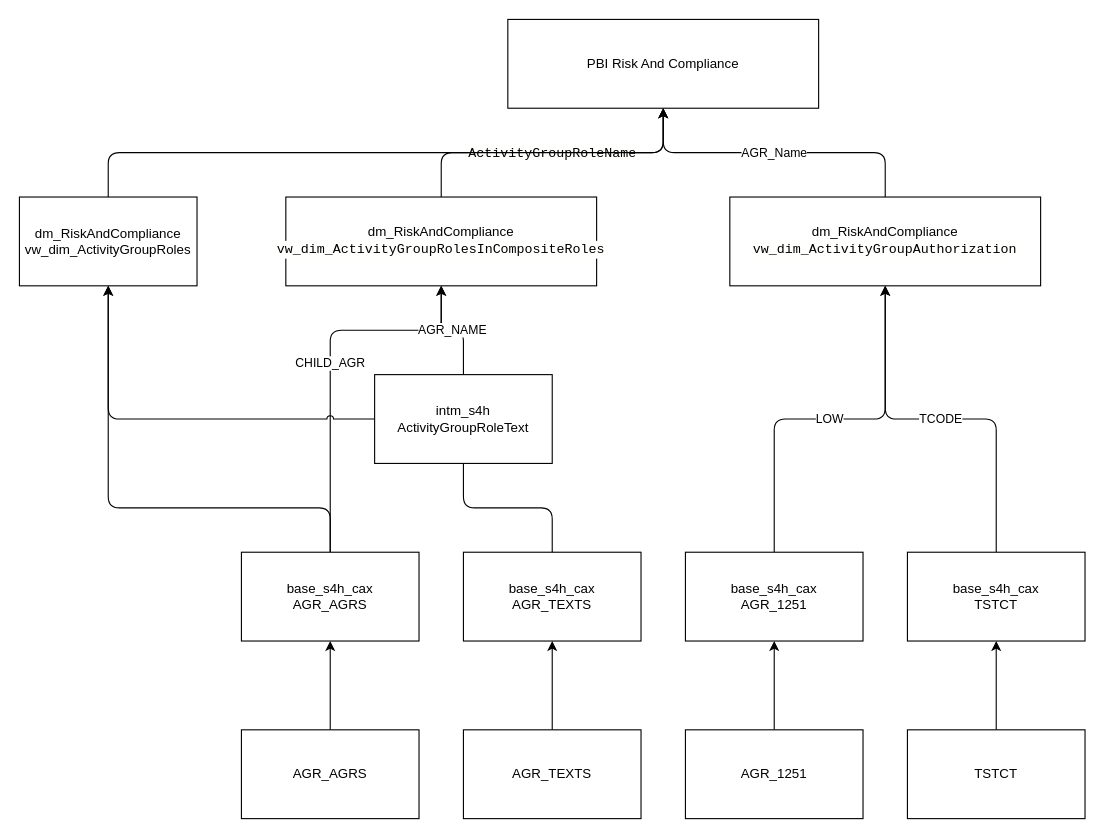
Earlier version of the draw.io diagram synapse-dwh/Diagrams/Dependency Diagrams/SAP Roles.drawio (szubalii/leviat-data-and-analytics). Source tidied: cells renumbered, new cells numbered last; positions are measured from the earlier drawing's top-left corner, leaving out a move shared by most shapes. Both pictures are drawn from the tidied source at 111%, with x=0, y=0 at pixel (19, 19).
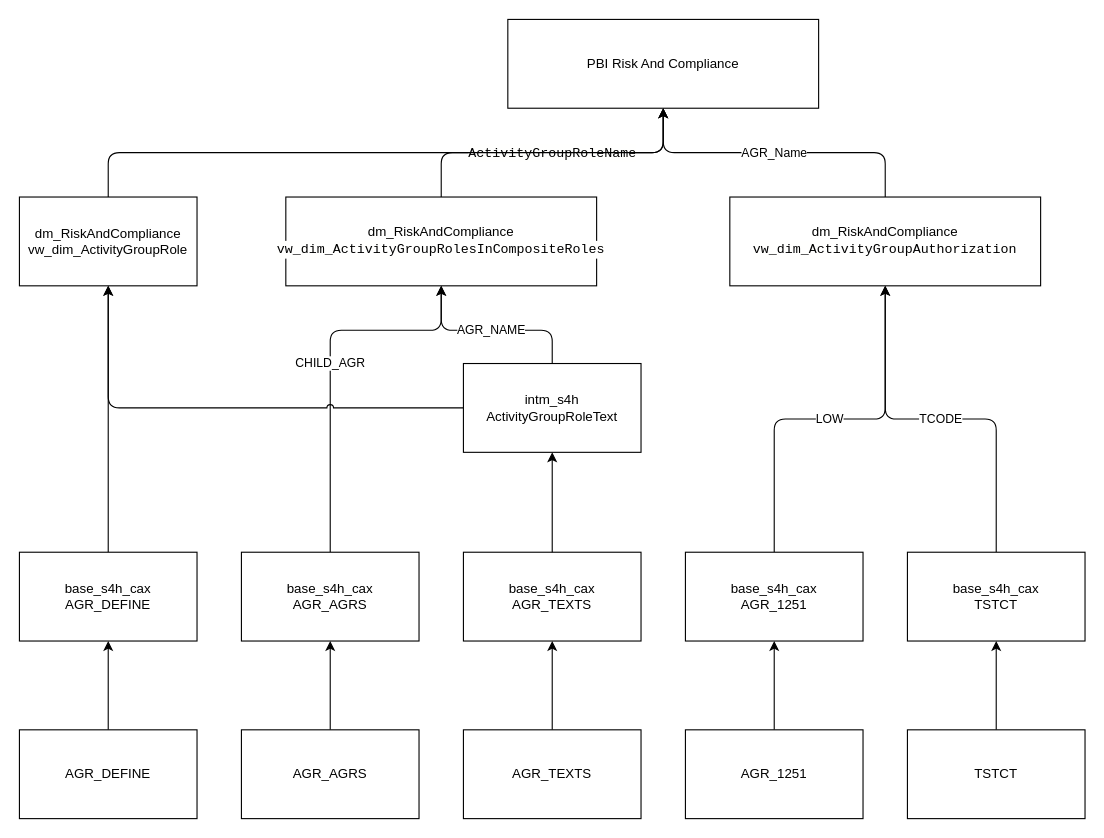
After the change.

Commit message (it also covers changes not shown here):
Merged PR 3674: add AGR_DEFINE

Unchanged cells that the change refers to:
```xml
<mxCell id="10" value="base_s4h_cax&lt;br&gt;AGR_AGRS" style="rounded=0;whiteSpace=wrap;html=1;" parent="1" vertex="1">
  <mxGeometry x="200" y="480" width="160" height="80" as="geometry" />
</mxCell>
<mxCell id="12" value="dm_RiskAndCompliance&lt;br&gt;&lt;div style=&quot;color: rgb(0, 0, 0); background-color: rgb(255, 255, 254); font-family: Consolas, &amp;quot;Courier New&amp;quot;, monospace; line-height: 16px;&quot;&gt;vw_dim_ActivityGroupRolesInCompositeRoles&lt;/div&gt;" style="rounded=0;whiteSpace=wrap;html=1;" parent="1" vertex="1">
  <mxGeometry x="240" y="160" width="280" height="80" as="geometry" />
</mxCell>
<mxCell id="16" value="base_s4h_cax&lt;br&gt;AGR_TEXTS" style="rounded=0;whiteSpace=wrap;html=1;" parent="1" vertex="1">
  <mxGeometry x="400" y="480" width="160" height="80" as="geometry" />
</mxCell>
```

What changed in the source:
```diff
@@
-    <mxCell id="9" style="edgeStyle=orthogonalEdgeStyle;html=1;exitX=0.5;exitY=0;exitDx=0;exitDy=0;entryX=0.5;entryY=1;entryDx=0;entryDy=0;" parent="1" edge="1" source="10" target="25">
-      <mxGeometry relative="1" as="geometry">
-        <Array as="points">
-          <mxPoint x="280" y="440" />
-          <mxPoint x="80" y="440" />
-        </Array>
-      </mxGeometry>
-    </mxCell>
@@
     <mxCell id="15" value="AGR_NAME" style="edgeStyle=orthogonalEdgeStyle;html=1;exitX=0.5;exitY=0;exitDx=0;exitDy=0;entryX=0.5;entryY=1;entryDx=0;entryDy=0;startArrow=none;" parent="1" edge="1" source="28" target="12">
-      <mxGeometry relative="1" as="geometry" />
+      <mxGeometry relative="1" as="geometry">
+        <Array as="points">
+          <mxPoint x="480" y="280" />
+          <mxPoint x="380" y="280" />
+        </Array>
+      </mxGeometry>
     </mxCell>
@@
-    <mxCell id="25" value="dm_RiskAndCompliance&lt;br&gt;vw_dim_ActivityGroupRoles" style="rounded=0;whiteSpace=wrap;html=1;" parent="1" vertex="1">
+    <mxCell id="25" value="dm_RiskAndCompliance&lt;br&gt;vw_dim_ActivityGroupRole" style="rounded=0;whiteSpace=wrap;html=1;" parent="1" vertex="1">
       <mxGeometry y="160" width="160" height="80" as="geometry" />
     </mxCell>
-    <mxCell id="26" style="edgeStyle=orthogonalEdgeStyle;html=1;exitX=0.5;exitY=0;exitDx=0;exitDy=0;entryX=0.5;entryY=1;entryDx=0;entryDy=0;endArrow=none;" parent="1" edge="1" source="16" target="28">
+    <mxCell id="26" style="edgeStyle=orthogonalEdgeStyle;html=1;exitX=0.5;exitY=0;exitDx=0;exitDy=0;entryX=0.5;entryY=1;entryDx=0;entryDy=0;endArrow=classic;endFill=1;" parent="1" edge="1" source="16" target="28">
       <mxGeometry relative="1" as="geometry" />
     </mxCell>
@@
     <mxCell id="28" value="intm_s4h&lt;br&gt;ActivityGroupRoleText" style="rounded=0;whiteSpace=wrap;html=1;" parent="1" vertex="1">
-      <mxGeometry x="320" y="320" width="160" height="80" as="geometry" />
+      <mxGeometry x="400" y="310" width="160" height="80" as="geometry" />
     </mxCell>
+    <mxCell id="29" style="edgeStyle=none;html=1;exitX=0.5;exitY=0;exitDx=0;exitDy=0;entryX=0.5;entryY=1;entryDx=0;entryDy=0;endArrow=classic;endFill=1;" parent="1" edge="1" source="30" target="32">
+      <mxGeometry relative="1" as="geometry" />
+    </mxCell>
+    <mxCell id="30" value="AGR_DEFINE" style="rounded=0;whiteSpace=wrap;html=1;" parent="1" vertex="1">
+      <mxGeometry y="640" width="160" height="80" as="geometry" />
+    </mxCell>
+    <mxCell id="31" style="edgeStyle=none;html=1;exitX=0.5;exitY=0;exitDx=0;exitDy=0;entryX=0.5;entryY=1;entryDx=0;entryDy=0;endArrow=classic;endFill=1;" parent="1" edge="1" source="32" target="25">
+      <mxGeometry relative="1" as="geometry" />
+    </mxCell>
+    <mxCell id="32" value="base_s4h_cax&lt;br&gt;AGR_DEFINE" style="rounded=0;whiteSpace=wrap;html=1;" parent="1" vertex="1">
+      <mxGeometry y="480" width="160" height="80" as="geometry" />
+    </mxCell>
```
